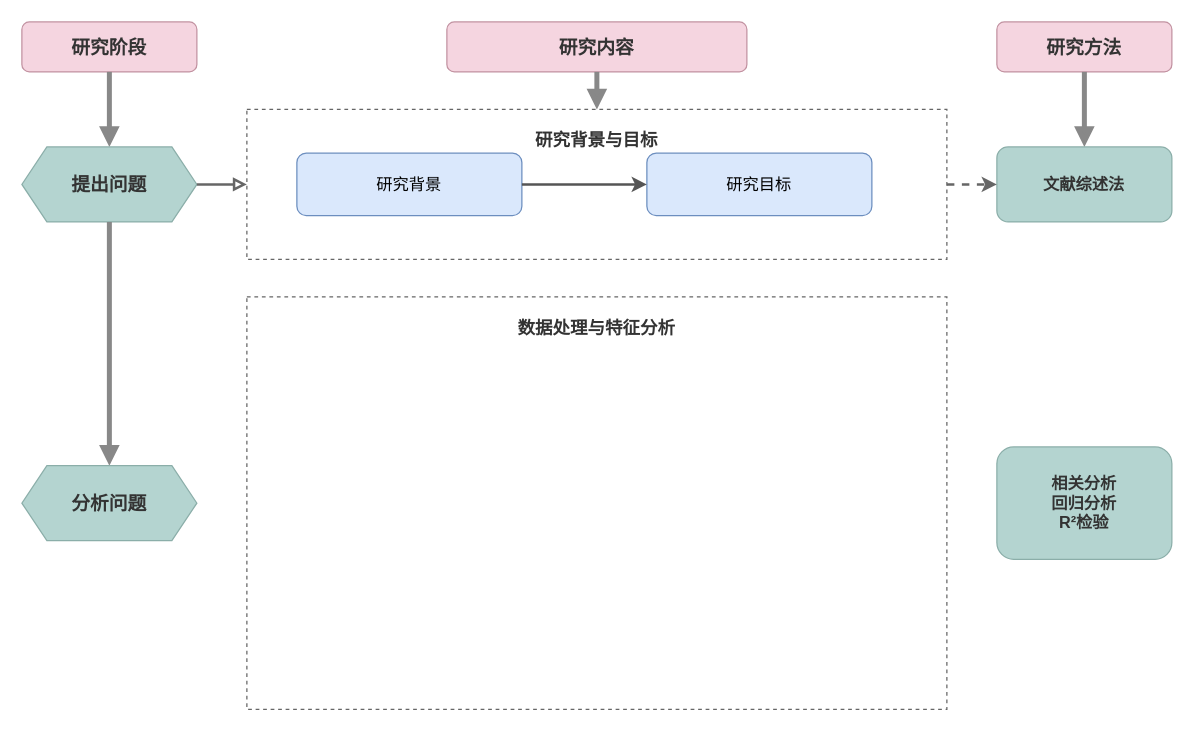
WuXinbo-bo/Math-model-skills keeps this draw.io diagram as assets/shared-scripts/example_roadmap_stats.drawio. Above is the earlier version. Source tidied: cells renumbered, new cells numbered last; positions are measured from the earlier drawing's top-left corner, leaving out a move shared by most shapes. Both pictures are drawn from the tidied source at 125%, with x=0, y=0 at pixel (21, 21).
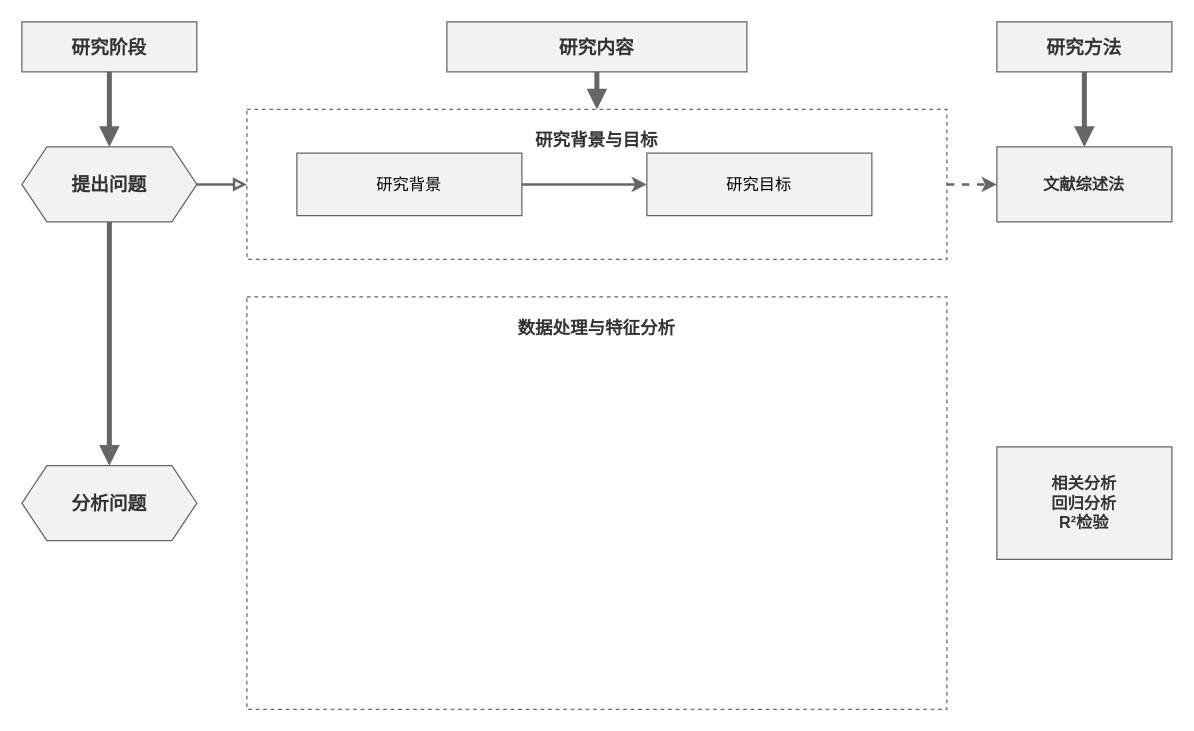
Above is the later version.

The edit, as a diff of the source:
```diff
@@
 <mxGraphModel>
   <root>
     <mxCell id="0" />
     <mxCell id="1" parent="0" />
-    <mxCell id="2" value="研究阶段" style="rounded=1;whiteSpace=wrap;html=1;fillColor=#F5D5E0;strokeColor=#C292A1;fontStyle=1;fontSize=15;fontColor=#333333;" parent="1" vertex="1">
+    <mxCell id="2" value="研究阶段" style="rounded=0;whiteSpace=wrap;html=1;fillColor=#F2F2F2;strokeColor=#666666;fontStyle=1;fontSize=15;fontColor=#333333;" parent="1" vertex="1">
       <mxGeometry width="140" height="40" as="geometry" />
     </mxCell>
-    <mxCell id="3" value="研究内容" style="rounded=1;whiteSpace=wrap;html=1;fillColor=#F5D5E0;strokeColor=#C292A1;fontStyle=1;fontSize=15;fontColor=#333333;" parent="1" vertex="1">
+    <mxCell id="3" value="研究内容" style="rounded=0;whiteSpace=wrap;html=1;fillColor=#F2F2F2;strokeColor=#666666;fontStyle=1;fontSize=15;fontColor=#333333;" parent="1" vertex="1">
       <mxGeometry x="340" width="240" height="40" as="geometry" />
     </mxCell>
-    <mxCell id="4" value="研究方法" style="rounded=1;whiteSpace=wrap;html=1;fillColor=#F5D5E0;strokeColor=#C292A1;fontStyle=1;fontSize=15;fontColor=#333333;" parent="1" vertex="1">
+    <mxCell id="4" value="研究方法" style="rounded=0;whiteSpace=wrap;html=1;fillColor=#F2F2F2;strokeColor=#666666;fontStyle=1;fontSize=15;fontColor=#333333;" parent="1" vertex="1">
       <mxGeometry x="780" width="140" height="40" as="geometry" />
     </mxCell>
-    <mxCell id="5" style="edgeStyle=orthogonalEdgeStyle;rounded=0;html=1;strokeWidth=4;endArrow=block;endFill=1;strokeColor=#888888;" parent="1" edge="1" source="2" target="8">
+    <mxCell id="5" style="edgeStyle=orthogonalEdgeStyle;rounded=0;html=1;strokeWidth=4;endArrow=block;endFill=1;strokeColor=#666666;" parent="1" edge="1" source="2" target="8">
       <mxGeometry relative="1" as="geometry" />
     </mxCell>
-    <mxCell id="6" style="edgeStyle=orthogonalEdgeStyle;rounded=0;html=1;strokeWidth=4;endArrow=block;endFill=1;strokeColor=#888888;exitX=0.5;exitY=1;entryX=0.5;entryY=0;" parent="1" edge="1" source="3" target="9">
+    <mxCell id="6" style="edgeStyle=orthogonalEdgeStyle;rounded=0;html=1;strokeWidth=4;endArrow=block;endFill=1;strokeColor=#666666;exitX=0.5;exitY=1;entryX=0.5;entryY=0;" parent="1" edge="1" source="3" target="9">
       <mxGeometry relative="1" as="geometry" />
     </mxCell>
-    <mxCell id="7" style="edgeStyle=orthogonalEdgeStyle;rounded=0;html=1;strokeWidth=4;endArrow=block;endFill=1;strokeColor=#888888;exitX=0.5;exitY=1;entryX=0.5;entryY=0;" parent="1" edge="1" source="4" target="13">
+    <mxCell id="7" style="edgeStyle=orthogonalEdgeStyle;rounded=0;html=1;strokeWidth=4;endArrow=block;endFill=1;strokeColor=#666666;exitX=0.5;exitY=1;entryX=0.5;entryY=0;" parent="1" edge="1" source="4" target="13">
       <mxGeometry relative="1" as="geometry" />
     </mxCell>
-    <mxCell id="8" value="提出问题" style="shape=hexagon;perimeter=hexagonPerimeter2;whiteSpace=wrap;html=1;fixedSize=1;fillColor=#B4D4D0;strokeColor=#8BAEA9;fontStyle=1;fontSize=15;size=20;fontColor=#333333;" parent="1" vertex="1">
+    <mxCell id="8" value="提出问题" style="shape=hexagon;perimeter=hexagonPerimeter2;whiteSpace=wrap;html=1;fixedSize=1;fillColor=#F2F2F2;strokeColor=#666666;fontStyle=1;fontSize=15;size=20;fontColor=#333333;" parent="1" vertex="1">
       <mxGeometry y="100" width="140" height="60" as="geometry" />
     </mxCell>
     <mxCell id="9" value="研究背景与目标" style="rounded=0;whiteSpace=wrap;html=1;fillColor=none;strokeColor=#666666;dashed=1;align=center;verticalAlign=top;fontSize=14;fontStyle=1;spacingTop=10;fontColor=#333333;" parent="1" vertex="1">
       <mxGeometry x="180" y="70" width="560" height="120" as="geometry" />
     </mxCell>
-    <mxCell id="10" value="研究背景" style="rounded=1;whiteSpace=wrap;html=1;fillColor=#DAE8FC;strokeColor=#6C8EBF;fontSize=13;" parent="1" vertex="1">
+    <mxCell id="10" value="研究背景" style="rounded=0;whiteSpace=wrap;html=1;fillColor=#F2F2F2;strokeColor=#666666;fontSize=13;" parent="1" vertex="1">
       <mxGeometry x="220" y="105" width="180" height="50" as="geometry" />
     </mxCell>
-    <mxCell id="11" value="研究目标" style="rounded=1;whiteSpace=wrap;html=1;fillColor=#DAE8FC;strokeColor=#6C8EBF;fontSize=13;" parent="1" vertex="1">
+    <mxCell id="11" value="研究目标" style="rounded=0;whiteSpace=wrap;html=1;fillColor=#F2F2F2;strokeColor=#666666;fontSize=13;" parent="1" vertex="1">
       <mxGeometry x="500" y="105" width="180" height="50" as="geometry" />
     </mxCell>
-    <mxCell id="12" style="edgeStyle=orthogonalEdgeStyle;rounded=0;html=1;strokeWidth=2;endArrow=classic;endFill=1;strokeColor=#555555;" parent="1" edge="1" source="10" target="11">
+    <mxCell id="12" style="edgeStyle=orthogonalEdgeStyle;rounded=0;html=1;strokeWidth=2;endArrow=classic;endFill=1;strokeColor=#666666;" parent="1" edge="1" source="10" target="11">
       <mxGeometry relative="1" as="geometry" />
     </mxCell>
-    <mxCell id="13" value="文献综述法" style="rounded=1;whiteSpace=wrap;html=1;fillColor=#B4D4D0;strokeColor=#8BAEA9;fontStyle=1;fontSize=13;fontColor=#333333;" parent="1" vertex="1">
+    <mxCell id="13" value="文献综述法" style="rounded=0;whiteSpace=wrap;html=1;fillColor=#F2F2F2;strokeColor=#666666;fontStyle=1;fontSize=13;fontColor=#333333;" parent="1" vertex="1">
       <mxGeometry x="780" y="100" width="140" height="60" as="geometry" />
     </mxCell>
     <mxCell id="14" style="edgeStyle=orthogonalEdgeStyle;rounded=0;html=1;strokeWidth=2;endArrow=block;endFill=0;strokeColor=#666666;exitX=1;exitY=0.5;entryX=0;entryY=0.5;" parent="1" edge="1" source="8" target="9">
       <mxGeometry relative="1" as="geometry" />
     </mxCell>
     <mxCell id="15" style="edgeStyle=orthogonalEdgeStyle;rounded=0;html=1;strokeWidth=2;endArrow=classic;endFill=1;dashed=1;strokeColor=#666666;exitX=1;exitY=0.5;entryX=0;entryY=0.5;" parent="1" edge="1" source="9" target="13">
       <mxGeometry relative="1" as="geometry" />
     </mxCell>
-    <mxCell id="16" style="edgeStyle=orthogonalEdgeStyle;rounded=0;html=1;strokeWidth=4;endArrow=block;endFill=1;strokeColor=#888888;" parent="1" edge="1" source="8" target="17">
+    <mxCell id="16" style="edgeStyle=orthogonalEdgeStyle;rounded=0;html=1;strokeWidth=4;endArrow=block;endFill=1;strokeColor=#666666;" parent="1" edge="1" source="8" target="17">
       <mxGeometry relative="1" as="geometry" />
     </mxCell>
-    <mxCell id="17" value="分析问题" style="shape=hexagon;perimeter=hexagonPerimeter2;whiteSpace=wrap;html=1;fixedSize=1;fillColor=#B4D4D0;strokeColor=#8BAEA9;fontStyle=1;fontSize=15;size=20;fontColor=#333333;" parent="1" vertex="1">
+    <mxCell id="17" value="分析问题" style="shape=hexagon;perimeter=hexagonPerimeter2;whiteSpace=wrap;html=1;fixedSize=1;fillColor=#F2F2F2;strokeColor=#666666;fontStyle=1;fontSize=15;size=20;fontColor=#333333;" parent="1" vertex="1">
       <mxGeometry y="355" width="140" height="60" as="geometry" />
     </mxCell>
     <mxCell id="18" value="数据处理与特征分析" style="rounded=0;whiteSpace=wrap;html=1;fillColor=none;strokeColor=#666666;dashed=1;align=center;verticalAlign=top;fontSize=14;fontStyle=1;spacingTop=10;fontColor=#333333;" parent="1" vertex="1">
       <mxGeometry x="180" y="220" width="560" height="330" as="geometry" />
     </mxCell>
-    <mxCell id="19" value="相关分析&lt;br&gt;回归分析&lt;br&gt;R²检验" style="rounded=1;whiteSpace=wrap;html=1;fillColor=#B4D4D0;strokeColor=#8BAEA9;fontStyle=1;fontSize=13;fontColor=#333333;lineHeight=1.5;" parent="1" vertex="1">
+    <mxCell id="19" value="相关分析&lt;br&gt;回归分析&lt;br&gt;R²检验" style="rounded=0;whiteSpace=wrap;html=1;fillColor=#F2F2F2;strokeColor=#666666;fontStyle=1;fontSize=13;fontColor=#333333;lineHeight=1.5;" parent="1" vertex="1">
       <mxGeometry x="780" y="340" width="140" height="90" as="geometry" />
     </mxCell>
   </root>
 </mxGraphModel>
```
